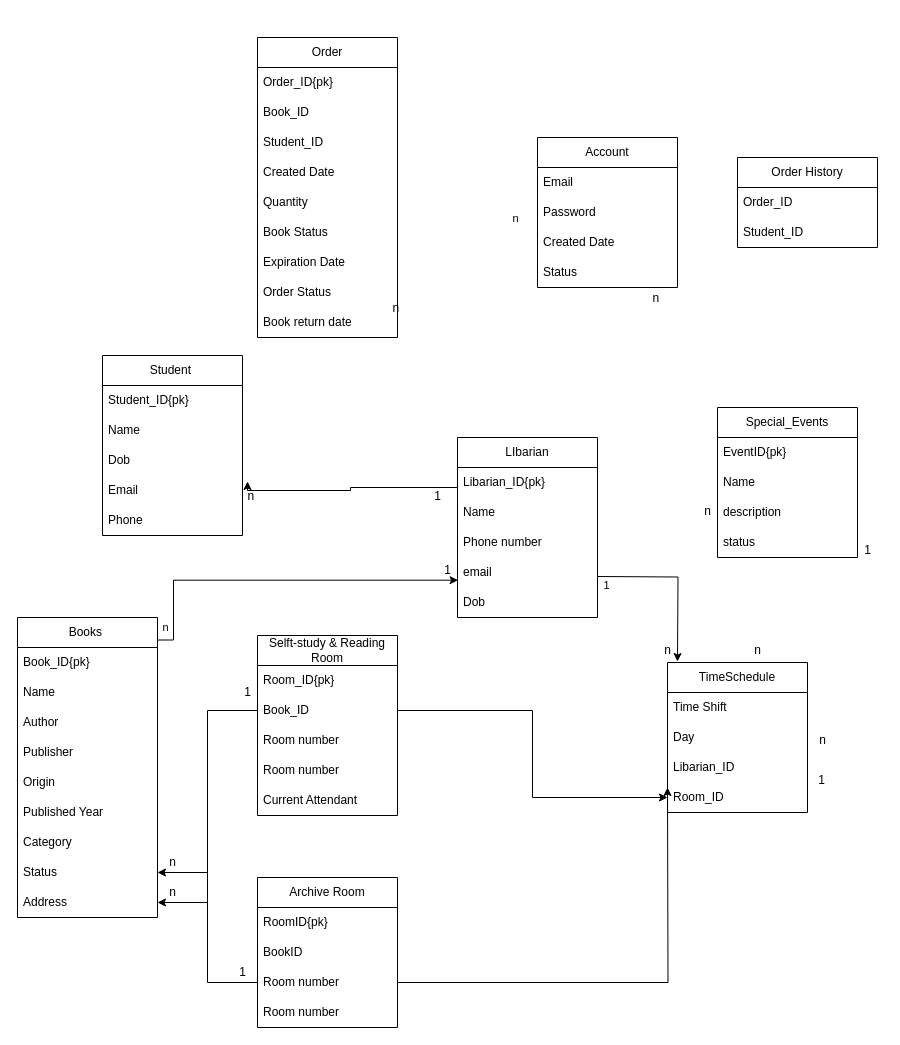
Earlier version of the draw.io diagram table_relations.drawio (Dovanvu09/LibraryManagement). Source tidied: cells renumbered, new cells numbered last; positions are measured from the earlier drawing's top-left corner, leaving out a move shared by most shapes. Both pictures are drawn from the tidied source at 100%, with x=0, y=0 at pixel (17, 37).
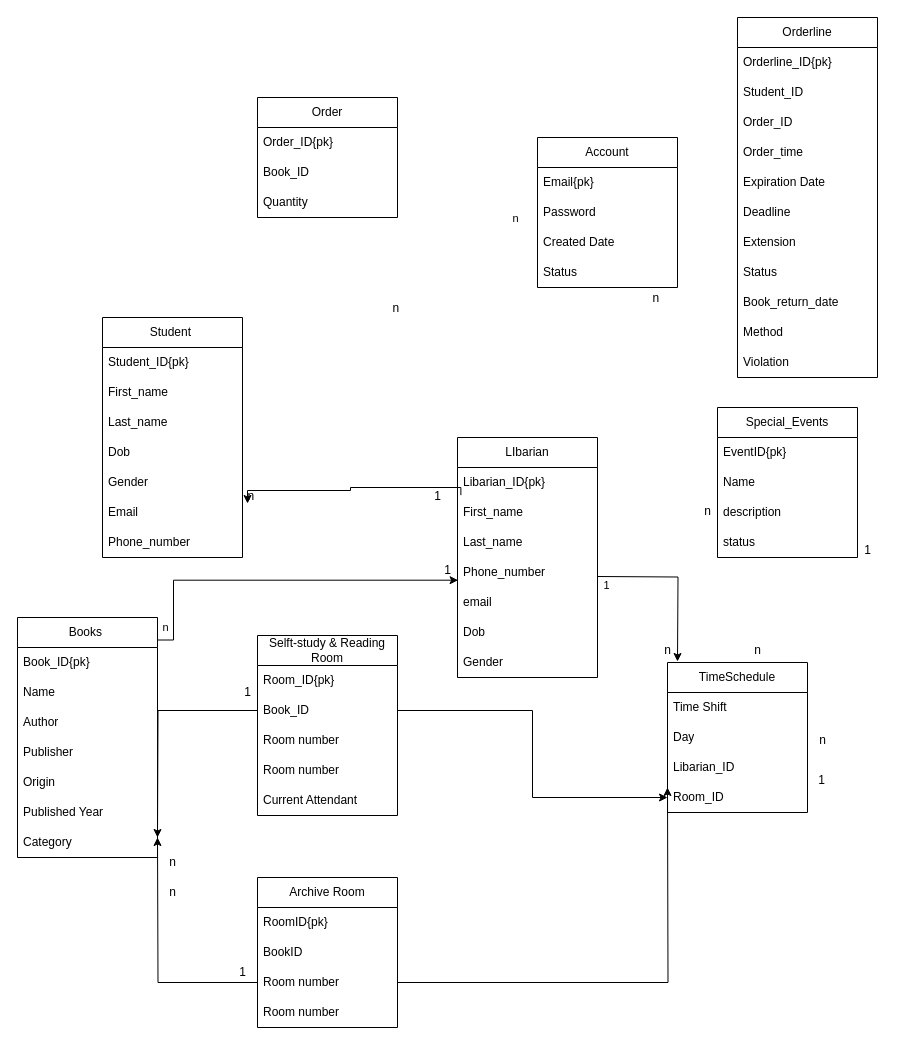
The same diagram, later.

The change refers to these unchanged cells:
```xml
<mxCell id="22" value="Book_ID" style="text;strokeColor=none;fillColor=none;align=left;verticalAlign=middle;spacingLeft=4;spacingRight=4;overflow=hidden;points=[[0,0.5],[1,0.5]];portConstraint=eastwest;whiteSpace=wrap;html=1;" parent="20" vertex="1">
  <mxGeometry y="60" width="140" height="30" as="geometry" />
</mxCell>
<mxCell id="37" value="Libarian_ID{pk}" style="text;strokeColor=none;fillColor=none;align=left;verticalAlign=middle;spacingLeft=4;spacingRight=4;overflow=hidden;points=[[0,0.5],[1,0.5]];portConstraint=eastwest;whiteSpace=wrap;html=1;" parent="36" vertex="1">
  <mxGeometry y="30" width="140" height="30" as="geometry" />
</mxCell>
<mxCell id="61" value="Room number" style="text;strokeColor=none;fillColor=none;align=left;verticalAlign=middle;spacingLeft=4;spacingRight=4;overflow=hidden;points=[[0,0.5],[1,0.5]];portConstraint=eastwest;whiteSpace=wrap;html=1;" parent="57" vertex="1">
  <mxGeometry y="90" width="140" height="30" as="geometry" />
</mxCell>
<mxCell id="67" value="Account" style="swimlane;fontStyle=0;horizontal=1;startSize=30;whiteSpace=wrap;html=1;" parent="1" vertex="1">
  <mxGeometry x="520" y="100" width="140" height="150" as="geometry" />
</mxCell>
```

What changed in the source:
```diff
@@
     <mxCell id="2" value="Student&amp;nbsp;" style="swimlane;fontStyle=0;horizontal=1;startSize=30;whiteSpace=wrap;html=1;" parent="1" vertex="1">
-      <mxGeometry x="85" y="318" width="140" height="180" as="geometry" />
+      <mxGeometry x="85" y="280" width="140" height="240" as="geometry" />
     </mxCell>
@@
-    <mxCell id="4" value="Name" style="text;strokeColor=none;fillColor=none;align=left;verticalAlign=middle;spacingLeft=4;spacingRight=4;overflow=hidden;whiteSpace=wrap;html=1;" parent="2" vertex="1">
+    <mxCell id="4" value="First_name" style="text;strokeColor=none;fillColor=none;align=left;verticalAlign=middle;spacingLeft=4;spacingRight=4;overflow=hidden;whiteSpace=wrap;html=1;" parent="2" vertex="1">
       <mxGeometry y="60" width="140" height="30" as="geometry" />
     </mxCell>
+    <mxCell id="88" value="Last_name" style="text;strokeColor=none;fillColor=none;align=left;verticalAlign=middle;spacingLeft=4;spacingRight=4;overflow=hidden;whiteSpace=wrap;html=1;" parent="2" vertex="1">
+      <mxGeometry y="90" width="140" height="30" as="geometry" />
+    </mxCell>
     <mxCell id="5" value="Dob" style="text;strokeColor=none;fillColor=none;align=left;verticalAlign=middle;spacingLeft=4;spacingRight=4;overflow=hidden;whiteSpace=wrap;html=1;" parent="2" vertex="1">
-      <mxGeometry y="90" width="140" height="30" as="geometry" />
+      <mxGeometry y="120" width="140" height="30" as="geometry" />
     </mxCell>
+    <mxCell id="89" value="Gender" style="text;strokeColor=none;fillColor=none;align=left;verticalAlign=middle;spacingLeft=4;spacingRight=4;overflow=hidden;whiteSpace=wrap;html=1;" parent="2" vertex="1">
+      <mxGeometry y="150" width="140" height="30" as="geometry" />
+    </mxCell>
     <mxCell id="6" value="Email" style="text;strokeColor=none;fillColor=none;align=left;verticalAlign=middle;spacingLeft=4;spacingRight=4;overflow=hidden;points=[[0,0.5],[1,0.5]];portConstraint=eastwest;whiteSpace=wrap;html=1;" parent="2" vertex="1">
-      <mxGeometry y="120" width="140" height="30" as="geometry" />
+      <mxGeometry y="180" width="140" height="30" as="geometry" />
     </mxCell>
-    <mxCell id="7" value="Phone" style="text;strokeColor=none;fillColor=none;align=left;verticalAlign=middle;spacingLeft=4;spacingRight=4;overflow=hidden;whiteSpace=wrap;html=1;" parent="2" vertex="1">
-      <mxGeometry y="150" width="140" height="30" as="geometry" />
+    <mxCell id="7" value="Phone_number" style="text;strokeColor=none;fillColor=none;align=left;verticalAlign=middle;spacingLeft=4;spacingRight=4;overflow=hidden;whiteSpace=wrap;html=1;" parent="2" vertex="1">
+      <mxGeometry y="210" width="140" height="30" as="geometry" />
     </mxCell>
@@
     <mxCell id="10" value="Books&amp;nbsp;" style="swimlane;fontStyle=0;horizontal=1;startSize=30;whiteSpace=wrap;html=1;" parent="1" vertex="1">
-      <mxGeometry y="580" width="140" height="300" as="geometry" />
+      <mxGeometry y="580" width="140" height="240" as="geometry" />
     </mxCell>
@@
-    <mxCell id="18" value="Status" style="text;strokeColor=none;fillColor=none;align=left;verticalAlign=middle;spacingLeft=4;spacingRight=4;overflow=hidden;points=[[0,0.5],[1,0.5]];portConstraint=eastwest;whiteSpace=wrap;html=1;" parent="10" vertex="1">
-      <mxGeometry y="240" width="140" height="30" as="geometry" />
-    </mxCell>
-    <mxCell id="19" value="Address" style="text;strokeColor=none;fillColor=none;align=left;verticalAlign=middle;spacingLeft=4;spacingRight=4;overflow=hidden;points=[[0,0.5],[1,0.5]];portConstraint=eastwest;whiteSpace=wrap;html=1;" parent="10" vertex="1">
-      <mxGeometry y="270" width="140" height="30" as="geometry" />
-    </mxCell>
@@
     <mxCell id="36" value="LIbarian" style="swimlane;fontStyle=0;horizontal=1;startSize=30;whiteSpace=wrap;html=1;" parent="1" vertex="1">
-      <mxGeometry x="440" y="400" width="140" height="180" as="geometry" />
+      <mxGeometry x="440" y="400" width="140" height="240" as="geometry" />
     </mxCell>
@@
-    <mxCell id="38" value="Name" style="text;strokeColor=none;fillColor=none;align=left;verticalAlign=middle;spacingLeft=4;spacingRight=4;overflow=hidden;points=[[0,0.5],[1,0.5]];portConstraint=eastwest;whiteSpace=wrap;html=1;" parent="36" vertex="1">
+    <mxCell id="38" value="First_name" style="text;strokeColor=none;fillColor=none;align=left;verticalAlign=middle;spacingLeft=4;spacingRight=4;overflow=hidden;points=[[0,0.5],[1,0.5]];portConstraint=eastwest;whiteSpace=wrap;html=1;" parent="36" vertex="1">
       <mxGeometry y="60" width="140" height="30" as="geometry" />
     </mxCell>
+    <mxCell id="90" value="Last_name" style="text;strokeColor=none;fillColor=none;align=left;verticalAlign=middle;spacingLeft=4;spacingRight=4;overflow=hidden;whiteSpace=wrap;html=1;" parent="36" vertex="1">
+      <mxGeometry y="90" width="140" height="30" as="geometry" />
+    </mxCell>
-    <mxCell id="39" value="Phone number" style="text;strokeColor=none;fillColor=none;align=left;verticalAlign=middle;spacingLeft=4;spacingRight=4;overflow=hidden;whiteSpace=wrap;html=1;" parent="36" vertex="1">
-      <mxGeometry y="90" width="140" height="30" as="geometry" />
+    <mxCell id="39" value="Phone_number" style="text;strokeColor=none;fillColor=none;align=left;verticalAlign=middle;spacingLeft=4;spacingRight=4;overflow=hidden;whiteSpace=wrap;html=1;" parent="36" vertex="1">
+      <mxGeometry y="120" width="140" height="30" as="geometry" />
     </mxCell>
@@
     <mxCell id="42" value="email" style="text;strokeColor=none;fillColor=none;align=left;verticalAlign=middle;spacingLeft=4;spacingRight=4;overflow=hidden;whiteSpace=wrap;html=1;" parent="36" vertex="1">
-      <mxGeometry y="120" width="140" height="30" as="geometry" />
+      <mxGeometry y="150" width="140" height="30" as="geometry" />
     </mxCell>
     <mxCell id="43" value="Dob" style="text;strokeColor=none;fillColor=none;align=left;verticalAlign=middle;spacingLeft=4;spacingRight=4;overflow=hidden;whiteSpace=wrap;html=1;" parent="36" vertex="1">
-      <mxGeometry y="150" width="140" height="30" as="geometry" />
+      <mxGeometry y="180" width="140" height="30" as="geometry" />
     </mxCell>
+    <mxCell id="91" value="Gender" style="text;strokeColor=none;fillColor=none;align=left;verticalAlign=middle;spacingLeft=4;spacingRight=4;overflow=hidden;whiteSpace=wrap;html=1;" parent="36" vertex="1">
+      <mxGeometry y="210" width="140" height="30" as="geometry" />
+    </mxCell>
-    <mxCell id="44" style="edgeStyle=orthogonalEdgeStyle;rounded=0;jettySize=auto;html=1;entryX=1.036;entryY=0.2;entryDx=0;entryDy=0;entryPerimeter=0;" parent="1" edge="1" source="37" target="6">
+    <mxCell id="44" style="edgeStyle=orthogonalEdgeStyle;rounded=0;jettySize=auto;html=1;entryX=1.036;entryY=0.2;entryDx=0;entryDy=0;entryPerimeter=0;exitX=0.024;exitY=-0.078;exitDx=0;exitDy=0;exitPerimeter=0;" parent="1" edge="1" source="38" target="6">
       <mxGeometry relative="1" as="geometry">
         <Array as="points">
+          <mxPoint x="443" y="450" />
           <mxPoint x="333" y="450" />
           <mxPoint x="333" y="453" />
           <mxPoint x="230" y="453" />
         </Array>
       </mxGeometry>
     </mxCell>
@@
-    <mxCell id="48" style="edgeStyle=orthogonalEdgeStyle;rounded=0;jettySize=auto;html=1;exitX=0;exitY=0.5;exitDx=0;exitDy=0;entryX=1;entryY=0.5;entryDx=0;entryDy=0;" parent="1" edge="1" source="22" target="19">
-      <mxGeometry relative="1" as="geometry" />
+    <mxCell id="48" style="edgeStyle=orthogonalEdgeStyle;rounded=0;jettySize=auto;html=1;exitX=0;exitY=0.5;exitDx=0;exitDy=0;" parent="1" edge="1" source="22">
+      <mxGeometry relative="1" as="geometry">
+        <mxPoint x="140" y="800" as="targetPoint" />
+      </mxGeometry>
     </mxCell>
@@
-    <mxCell id="64" style="edgeStyle=orthogonalEdgeStyle;rounded=0;jettySize=auto;html=1;exitX=0;exitY=0.5;exitDx=0;exitDy=0;entryX=1;entryY=0.5;entryDx=0;entryDy=0;" parent="1" edge="1" source="61" target="18">
-      <mxGeometry relative="1" as="geometry" />
+    <mxCell id="64" style="edgeStyle=orthogonalEdgeStyle;rounded=0;jettySize=auto;html=1;exitX=0;exitY=0.5;exitDx=0;exitDy=0;" parent="1" edge="1" source="61">
+      <mxGeometry relative="1" as="geometry">
+        <mxPoint x="140" y="800" as="targetPoint" />
+      </mxGeometry>
     </mxCell>
@@
-    <mxCell id="68" value="Email" style="text;strokeColor=none;fillColor=none;align=left;verticalAlign=middle;spacingLeft=4;spacingRight=4;overflow=hidden;whiteSpace=wrap;html=1;" parent="67" vertex="1">
+    <mxCell id="68" value="Email{pk}" style="text;strokeColor=none;fillColor=none;align=left;verticalAlign=middle;spacingLeft=4;spacingRight=4;overflow=hidden;whiteSpace=wrap;html=1;" parent="67" vertex="1">
       <mxGeometry y="30" width="140" height="30" as="geometry" />
     </mxCell>
@@
-    <mxCell id="74" value="Order History" style="swimlane;fontStyle=0;horizontal=1;startSize=30;whiteSpace=wrap;html=1;" parent="1" vertex="1">
-      <mxGeometry x="720" y="120" width="140" height="90" as="geometry" />
+    <mxCell id="74" value="Orderline" style="swimlane;fontStyle=0;horizontal=1;startSize=30;whiteSpace=wrap;html=1;" parent="1" vertex="1">
+      <mxGeometry x="720" y="-20" width="140" height="360" as="geometry" />
     </mxCell>
-    <mxCell id="75" value="Order_ID" style="text;strokeColor=none;fillColor=none;align=left;verticalAlign=middle;spacingLeft=4;spacingRight=4;overflow=hidden;whiteSpace=wrap;html=1;" parent="74" vertex="1">
+    <mxCell id="75" value="Orderline_ID{pk}" style="text;strokeColor=none;fillColor=none;align=left;verticalAlign=middle;spacingLeft=4;spacingRight=4;overflow=hidden;whiteSpace=wrap;html=1;" parent="74" vertex="1">
       <mxGeometry y="30" width="140" height="30" as="geometry" />
     </mxCell>
@@
+    <mxCell id="92" value="Order_ID" style="text;strokeColor=none;fillColor=none;align=left;verticalAlign=middle;spacingLeft=4;spacingRight=4;overflow=hidden;whiteSpace=wrap;html=1;" parent="74" vertex="1">
+      <mxGeometry y="90" width="140" height="30" as="geometry" />
+    </mxCell>
+    <mxCell id="93" value="Order_time" style="text;strokeColor=none;fillColor=none;align=left;verticalAlign=middle;spacingLeft=4;spacingRight=4;overflow=hidden;whiteSpace=wrap;html=1;" parent="74" vertex="1">
+      <mxGeometry y="120" width="140" height="30" as="geometry" />
+    </mxCell>
+    <mxCell id="85" value="Expiration Date&amp;nbsp;" style="text;strokeColor=none;fillColor=none;align=left;verticalAlign=middle;spacingLeft=4;spacingRight=4;overflow=hidden;whiteSpace=wrap;html=1;" parent="74" vertex="1">
+      <mxGeometry y="150" width="140" height="30" as="geometry" />
+    </mxCell>
+    <mxCell id="94" value="Deadline" style="text;strokeColor=none;fillColor=none;align=left;verticalAlign=middle;spacingLeft=4;spacingRight=4;overflow=hidden;whiteSpace=wrap;html=1;" parent="74" vertex="1">
+      <mxGeometry y="180" width="140" height="30" as="geometry" />
+    </mxCell>
+    <mxCell id="95" value="Extension" style="text;strokeColor=none;fillColor=none;align=left;verticalAlign=middle;spacingLeft=4;spacingRight=4;overflow=hidden;whiteSpace=wrap;html=1;" parent="74" vertex="1">
+      <mxGeometry y="210" width="140" height="30" as="geometry" />
+    </mxCell>
+    <mxCell id="18" value="Status" style="text;strokeColor=none;fillColor=none;align=left;verticalAlign=middle;spacingLeft=4;spacingRight=4;overflow=hidden;points=[[0,0.5],[1,0.5]];portConstraint=eastwest;whiteSpace=wrap;html=1;" parent="74" vertex="1">
+      <mxGeometry y="240" width="140" height="30" as="geometry" />
+    </mxCell>
+    <mxCell id="96" value="Book_return_date" style="text;strokeColor=none;fillColor=none;align=left;verticalAlign=middle;spacingLeft=4;spacingRight=4;overflow=hidden;whiteSpace=wrap;html=1;" parent="74" vertex="1">
+      <mxGeometry y="270" width="140" height="30" as="geometry" />
+    </mxCell>
+    <mxCell id="97" value="Method" style="text;strokeColor=none;fillColor=none;align=left;verticalAlign=middle;spacingLeft=4;spacingRight=4;overflow=hidden;whiteSpace=wrap;html=1;" parent="74" vertex="1">
+      <mxGeometry y="300" width="140" height="30" as="geometry" />
+    </mxCell>
+    <mxCell id="98" value="Violation" style="text;strokeColor=none;fillColor=none;align=left;verticalAlign=middle;spacingLeft=4;spacingRight=4;overflow=hidden;whiteSpace=wrap;html=1;" parent="74" vertex="1">
+      <mxGeometry y="330" width="140" height="30" as="geometry" />
+    </mxCell>
@@
     <mxCell id="78" value="Order" style="swimlane;fontStyle=0;horizontal=1;startSize=30;whiteSpace=wrap;html=1;" parent="1" vertex="1">
-      <mxGeometry x="240" width="140" height="300" as="geometry" />
+      <mxGeometry x="240" y="60" width="140" height="120" as="geometry" />
     </mxCell>
@@
-    <mxCell id="81" value="Student_ID" style="text;strokeColor=none;fillColor=none;align=left;verticalAlign=middle;spacingLeft=4;spacingRight=4;overflow=hidden;whiteSpace=wrap;html=1;" parent="78" vertex="1">
-      <mxGeometry y="90" width="140" height="30" as="geometry" />
-    </mxCell>
-    <mxCell id="82" value="Created Date" style="text;strokeColor=none;fillColor=none;align=left;verticalAlign=middle;spacingLeft=4;spacingRight=4;overflow=hidden;whiteSpace=wrap;html=1;" parent="78" vertex="1">
-      <mxGeometry y="120" width="140" height="30" as="geometry" />
-    </mxCell>
     <mxCell id="83" value="Quantity" style="text;strokeColor=none;fillColor=none;align=left;verticalAlign=middle;spacingLeft=4;spacingRight=4;overflow=hidden;whiteSpace=wrap;html=1;" parent="78" vertex="1">
-      <mxGeometry y="150" width="140" height="30" as="geometry" />
+      <mxGeometry y="90" width="140" height="30" as="geometry" />
     </mxCell>
-    <mxCell id="84" value="Book Status" style="text;strokeColor=none;fillColor=none;align=left;verticalAlign=middle;spacingLeft=4;spacingRight=4;overflow=hidden;whiteSpace=wrap;html=1;" parent="78" vertex="1">
-      <mxGeometry y="180" width="140" height="30" as="geometry" />
-    </mxCell>
-    <mxCell id="85" value="Expiration Date" style="text;strokeColor=none;fillColor=none;align=left;verticalAlign=middle;spacingLeft=4;spacingRight=4;overflow=hidden;whiteSpace=wrap;html=1;" parent="78" vertex="1">
-      <mxGeometry y="210" width="140" height="30" as="geometry" />
-    </mxCell>
-    <mxCell id="86" value="Order Status" style="text;strokeColor=none;fillColor=none;align=left;verticalAlign=middle;spacingLeft=4;spacingRight=4;overflow=hidden;whiteSpace=wrap;html=1;" parent="78" vertex="1">
-      <mxGeometry y="240" width="140" height="30" as="geometry" />
-    </mxCell>
-    <mxCell id="87" value="Book return date" style="text;strokeColor=none;fillColor=none;align=left;verticalAlign=middle;spacingLeft=4;spacingRight=4;overflow=hidden;whiteSpace=wrap;html=1;" parent="78" vertex="1">
-      <mxGeometry y="270" width="140" height="30" as="geometry" />
-    </mxCell>
```
